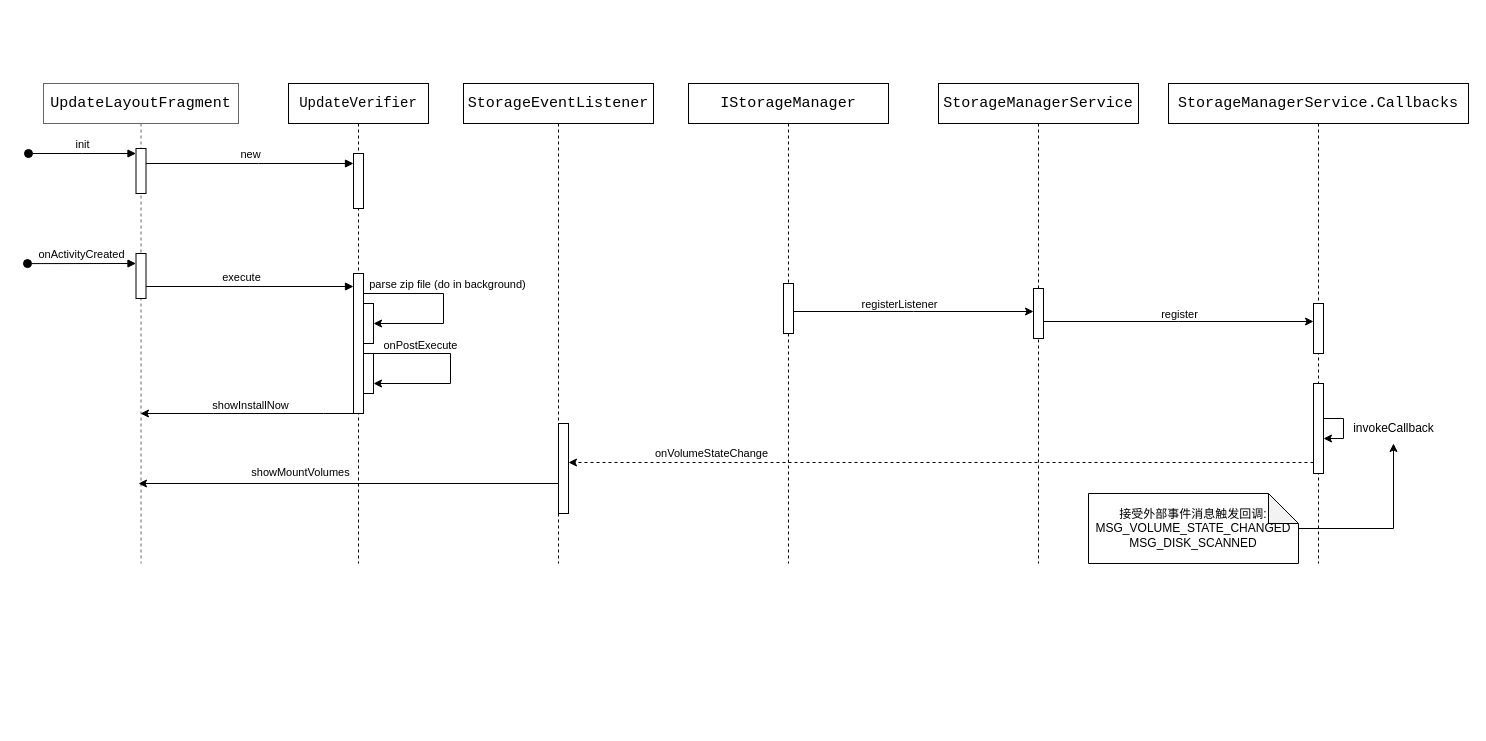
Above: oat_update_engine_app.drawio in lklklk2017/TestDemo (draw.io), before the change. Source tidied: cells renumbered, new cells numbered last; positions are measured from the earlier drawing's top-left corner, leaving out a move shared by most shapes. Both pictures are drawn from the tidied source at 100%, with x=0, y=0 at pixel (27, 83).
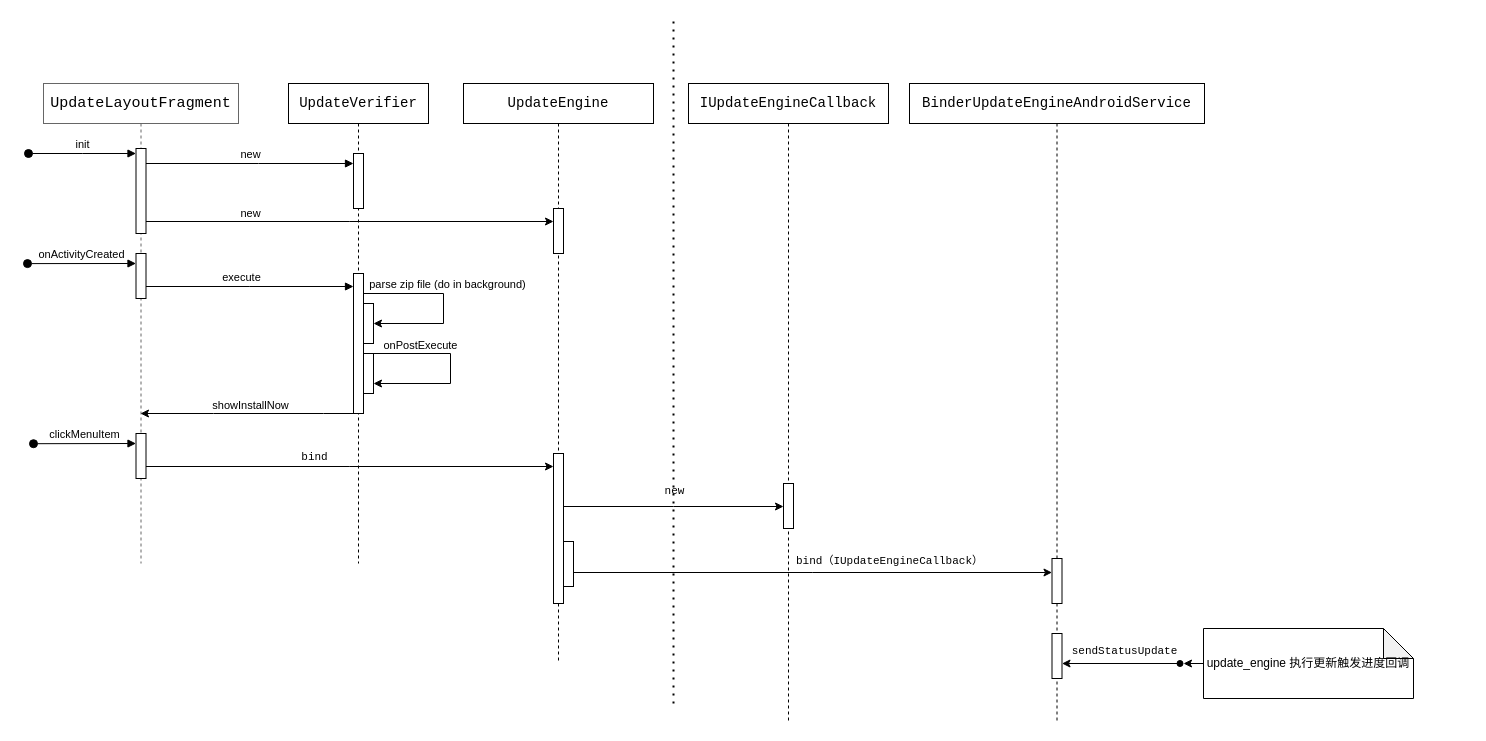
The same diagram, later.

The change refers to these unchanged cells:
```xml
<mxCell id="2" value="&lt;div style=&quot;font-family: &amp;quot;Source Code Pro&amp;quot;, monospace; font-size: 11.3pt;&quot;&gt;&lt;font style=&quot;&quot; color=&quot;#000000&quot;&gt;UpdateLayoutFragment&lt;/font&gt;&lt;/div&gt;" style="shape=umlLifeline;perimeter=lifelinePerimeter;whiteSpace=wrap;html=1;outlineConnect=0;portConstraint=eastwest;newEdgeStyle={&quot;edgeStyle&quot;:&quot;elbowEdgeStyle&quot;,&quot;elbow&quot;:&quot;vertical&quot;,&quot;curved&quot;:0,&quot;rounded&quot;:0};fillColor=default;fontColor=#333333;strokeColor=#666666;" parent="1" vertex="1">
  <mxGeometry x="16" width="195" height="480" as="geometry" />
</mxCell>
```

What changed in the source:
```diff
@@
     <mxCell id="3" style="html=1;points=[];perimeter=orthogonalPerimeter;outlineConnect=0;targetShapes=umlLifeline;portConstraint=eastwest;newEdgeStyle={&quot;edgeStyle&quot;:&quot;elbowEdgeStyle&quot;,&quot;elbow&quot;:&quot;vertical&quot;,&quot;curved&quot;:0,&quot;rounded&quot;:0};" parent="2" vertex="1">
-      <mxGeometry x="92.5" y="65" width="10" height="45" as="geometry" />
+      <mxGeometry x="92.5" y="65" width="10" height="85" as="geometry" />
     </mxCell>
@@
+    <mxCell id="43" style="html=1;points=[];perimeter=orthogonalPerimeter;outlineConnect=0;targetShapes=umlLifeline;portConstraint=eastwest;newEdgeStyle={&quot;edgeStyle&quot;:&quot;elbowEdgeStyle&quot;,&quot;elbow&quot;:&quot;vertical&quot;,&quot;curved&quot;:0,&quot;rounded&quot;:0};" parent="2" vertex="1">
+      <mxGeometry x="92.5" y="350" width="10" height="45" as="geometry" />
+    </mxCell>
-    <mxCell id="6" value="&lt;div style=&quot;font-family: &amp;quot;Source Code Pro&amp;quot;, monospace; font-size: 11.3pt;&quot;&gt;StorageEventListener&lt;br&gt;&lt;/div&gt;" style="shape=umlLifeline;perimeter=lifelinePerimeter;whiteSpace=wrap;html=1;newEdgeStyle={&quot;edgeStyle&quot;:&quot;elbowEdgeStyle&quot;,&quot;elbow&quot;:&quot;vertical&quot;,&quot;curved&quot;:0,&quot;rounded&quot;:0};" parent="1" vertex="1">
-      <mxGeometry x="436" width="190" height="480" as="geometry" />
+    <mxCell id="6" value="&lt;div style=&quot;font-family: &amp;quot;Source Code Pro&amp;quot;, monospace; font-size: 11.3pt;&quot;&gt;&lt;div style=&quot;font-size: 10.5pt;&quot;&gt;UpdateEngine&lt;/div&gt;&lt;/div&gt;" style="shape=umlLifeline;perimeter=lifelinePerimeter;whiteSpace=wrap;html=1;newEdgeStyle={&quot;edgeStyle&quot;:&quot;elbowEdgeStyle&quot;,&quot;elbow&quot;:&quot;vertical&quot;,&quot;curved&quot;:0,&quot;rounded&quot;:0};" parent="1" vertex="1">
+      <mxGeometry x="436" width="190" height="580" as="geometry" />
     </mxCell>
+    <mxCell id="44" style="html=1;points=[];perimeter=orthogonalPerimeter;outlineConnect=0;targetShapes=umlLifeline;portConstraint=eastwest;newEdgeStyle={&quot;edgeStyle&quot;:&quot;elbowEdgeStyle&quot;,&quot;elbow&quot;:&quot;vertical&quot;,&quot;curved&quot;:0,&quot;rounded&quot;:0};" parent="6" vertex="1">
+      <mxGeometry x="90" y="370" width="10" height="150" as="geometry" />
+    </mxCell>
+    <mxCell id="45" style="html=1;points=[];perimeter=orthogonalPerimeter;outlineConnect=0;targetShapes=umlLifeline;portConstraint=eastwest;newEdgeStyle={&quot;edgeStyle&quot;:&quot;elbowEdgeStyle&quot;,&quot;elbow&quot;:&quot;vertical&quot;,&quot;curved&quot;:0,&quot;rounded&quot;:0};" parent="6" vertex="1">
+      <mxGeometry x="90" y="125" width="10" height="45" as="geometry" />
+    </mxCell>
+    <mxCell id="46" style="html=1;points=[];perimeter=orthogonalPerimeter;outlineConnect=0;targetShapes=umlLifeline;portConstraint=eastwest;newEdgeStyle={&quot;edgeStyle&quot;:&quot;elbowEdgeStyle&quot;,&quot;elbow&quot;:&quot;vertical&quot;,&quot;curved&quot;:0,&quot;rounded&quot;:0};" parent="6" vertex="1">
+      <mxGeometry x="100" y="458" width="10" height="45" as="geometry" />
+    </mxCell>
@@
-    <mxCell id="8" value="&lt;div style=&quot;font-family: &amp;quot;Source Code Pro&amp;quot;, monospace; font-size: 11.3pt;&quot;&gt;&lt;div style=&quot;font-size: 11.3pt;&quot;&gt;IStorageManager&lt;/div&gt;&lt;/div&gt;" style="shape=umlLifeline;perimeter=lifelinePerimeter;whiteSpace=wrap;html=1;outlineConnect=0;portConstraint=eastwest;newEdgeStyle={&quot;edgeStyle&quot;:&quot;elbowEdgeStyle&quot;,&quot;elbow&quot;:&quot;vertical&quot;,&quot;curved&quot;:0,&quot;rounded&quot;:0};" parent="1" vertex="1">
-      <mxGeometry x="661" width="200" height="480" as="geometry" />
+    <mxCell id="8" value="&lt;div style=&quot;font-family: &amp;quot;Source Code Pro&amp;quot;, monospace; font-size: 11.3pt;&quot;&gt;&lt;div style=&quot;font-size: 11.3pt;&quot;&gt;&lt;div style=&quot;font-size: 10.5pt;&quot;&gt;IUpdateEngineCallback&lt;/div&gt;&lt;/div&gt;&lt;/div&gt;" style="shape=umlLifeline;perimeter=lifelinePerimeter;whiteSpace=wrap;html=1;outlineConnect=0;portConstraint=eastwest;newEdgeStyle={&quot;edgeStyle&quot;:&quot;elbowEdgeStyle&quot;,&quot;elbow&quot;:&quot;vertical&quot;,&quot;curved&quot;:0,&quot;rounded&quot;:0};" parent="1" vertex="1">
+      <mxGeometry x="661" width="200" height="640" as="geometry" />
     </mxCell>
-    <mxCell id="9" style="edgeStyle=elbowEdgeStyle;rounded=0;jettySize=auto;html=1;elbow=vertical;curved=0;" parent="8" edge="1" source="10" target="8">
-      <mxGeometry relative="1" as="geometry" />
+    <mxCell id="9" style="edgeStyle=elbowEdgeStyle;rounded=0;jettySize=auto;html=1;elbow=vertical;curved=0;" parent="8" edge="1" target="8">
+      <mxGeometry relative="1" as="geometry">
+        <mxPoint x="100" y="250" as="sourcePoint" />
+      </mxGeometry>
     </mxCell>
-    <mxCell id="10" style="html=1;points=[];perimeter=orthogonalPerimeter;outlineConnect=0;targetShapes=umlLifeline;portConstraint=eastwest;newEdgeStyle={&quot;edgeStyle&quot;:&quot;elbowEdgeStyle&quot;,&quot;elbow&quot;:&quot;vertical&quot;,&quot;curved&quot;:0,&quot;rounded&quot;:0};" parent="8" vertex="1">
-      <mxGeometry x="95" y="200" width="10" height="50" as="geometry" />
-    </mxCell>
+    <mxCell id="47" style="html=1;points=[];perimeter=orthogonalPerimeter;outlineConnect=0;targetShapes=umlLifeline;portConstraint=eastwest;newEdgeStyle={&quot;edgeStyle&quot;:&quot;elbowEdgeStyle&quot;,&quot;elbow&quot;:&quot;vertical&quot;,&quot;curved&quot;:0,&quot;rounded&quot;:0};" parent="8" vertex="1">
+      <mxGeometry x="95" y="400" width="10" height="45" as="geometry" />
+    </mxCell>
@@
-    <mxCell id="19" value="&lt;div style=&quot;font-family: &amp;quot;Source Code Pro&amp;quot;, monospace; font-size: 11.3pt;&quot;&gt;&lt;div style=&quot;font-size: 11.3pt;&quot;&gt;StorageManagerService&lt;/div&gt;&lt;/div&gt;" style="shape=umlLifeline;perimeter=lifelinePerimeter;whiteSpace=wrap;html=1;newEdgeStyle={&quot;edgeStyle&quot;:&quot;elbowEdgeStyle&quot;,&quot;elbow&quot;:&quot;vertical&quot;,&quot;curved&quot;:0,&quot;rounded&quot;:0};" parent="1" vertex="1">
-      <mxGeometry x="911" width="200" height="480" as="geometry" />
+    <mxCell id="19" value="&lt;div style=&quot;font-family: &amp;quot;Source Code Pro&amp;quot;, monospace; font-size: 11.3pt;&quot;&gt;&lt;div style=&quot;font-size: 11.3pt;&quot;&gt;&lt;div style=&quot;font-size: 10.5pt;&quot;&gt;BinderUpdateEngineAndroidService&lt;/div&gt;&lt;/div&gt;&lt;/div&gt;" style="shape=umlLifeline;perimeter=lifelinePerimeter;whiteSpace=wrap;html=1;newEdgeStyle={&quot;edgeStyle&quot;:&quot;elbowEdgeStyle&quot;,&quot;elbow&quot;:&quot;vertical&quot;,&quot;curved&quot;:0,&quot;rounded&quot;:0};" parent="1" vertex="1">
+      <mxGeometry x="882" width="295" height="640" as="geometry" />
     </mxCell>
-    <mxCell id="20" style="html=1;points=[];perimeter=orthogonalPerimeter;outlineConnect=0;targetShapes=umlLifeline;portConstraint=eastwest;newEdgeStyle={&quot;edgeStyle&quot;:&quot;elbowEdgeStyle&quot;,&quot;elbow&quot;:&quot;vertical&quot;,&quot;curved&quot;:0,&quot;rounded&quot;:0};" parent="19" vertex="1">
-      <mxGeometry x="95" y="205" width="10" height="50" as="geometry" />
-    </mxCell>
-    <mxCell id="21" style="edgeStyle=elbowEdgeStyle;rounded=0;jettySize=auto;html=1;elbow=vertical;curved=0;" parent="1" edge="1" source="10" target="20">
-      <mxGeometry relative="1" as="geometry" />
-    </mxCell>
-    <mxCell id="22" value="registerListener" style="edgeLabel;html=1;align=center;verticalAlign=middle;" parent="1" vertex="1">
-      <mxGeometry x="871" y="220" as="geometry" />
-    </mxCell>
-    <mxCell id="23" value="&lt;div style=&quot;font-family: &amp;quot;Source Code Pro&amp;quot;, monospace; font-size: 11.3pt;&quot;&gt;&lt;div style=&quot;font-size: 11.3pt;&quot;&gt;StorageManagerService.Callbacks&lt;/div&gt;&lt;/div&gt;" style="shape=umlLifeline;perimeter=lifelinePerimeter;whiteSpace=wrap;html=1;newEdgeStyle={&quot;edgeStyle&quot;:&quot;elbowEdgeStyle&quot;,&quot;elbow&quot;:&quot;vertical&quot;,&quot;curved&quot;:0,&quot;rounded&quot;:0};" parent="1" vertex="1">
-      <mxGeometry x="1141" width="300" height="480" as="geometry" />
-    </mxCell>
-    <mxCell id="24" style="html=1;points=[];perimeter=orthogonalPerimeter;outlineConnect=0;targetShapes=umlLifeline;portConstraint=eastwest;newEdgeStyle={&quot;edgeStyle&quot;:&quot;elbowEdgeStyle&quot;,&quot;elbow&quot;:&quot;vertical&quot;,&quot;curved&quot;:0,&quot;rounded&quot;:0};" parent="23" vertex="1">
-      <mxGeometry x="145" y="220" width="10" height="50" as="geometry" />
-    </mxCell>
-    <mxCell id="25" style="html=1;points=[];perimeter=orthogonalPerimeter;outlineConnect=0;targetShapes=umlLifeline;portConstraint=eastwest;newEdgeStyle={&quot;edgeStyle&quot;:&quot;elbowEdgeStyle&quot;,&quot;elbow&quot;:&quot;vertical&quot;,&quot;curved&quot;:0,&quot;rounded&quot;:0};" parent="23" vertex="1">
-      <mxGeometry x="145" y="300" width="10" height="90" as="geometry" />
-    </mxCell>
-    <mxCell id="26" style="edgeStyle=elbowEdgeStyle;rounded=0;orthogonalLoop=1;jettySize=auto;html=1;elbow=vertical;curved=0;" parent="23" edge="1" source="25" target="25">
-      <mxGeometry relative="1" as="geometry" />
-    </mxCell>
-    <mxCell id="27" style="edgeStyle=elbowEdgeStyle;rounded=0;jettySize=auto;html=1;elbow=vertical;curved=0;" parent="1" edge="1" source="20" target="24">
-      <mxGeometry relative="1" as="geometry" />
-    </mxCell>
-    <mxCell id="28" value="register" style="edgeLabel;html=1;align=center;verticalAlign=middle;" parent="1" vertex="1">
-      <mxGeometry x="1151" y="230" as="geometry" />
-    </mxCell>
-    <mxCell id="29" value="invokeCallback" style="text;html=1;align=center;verticalAlign=middle;points=[];strokeColor=none;fillColor=none;" parent="1" vertex="1">
-      <mxGeometry x="1316" y="330" width="100" height="30" as="geometry" />
-    </mxCell>
-    <mxCell id="30" style="edgeStyle=orthogonalEdgeStyle;rounded=0;jettySize=auto;html=1;" parent="1" edge="1" source="31" target="29">
-      <mxGeometry relative="1" as="geometry" />
-    </mxCell>
+    <mxCell id="48" style="html=1;points=[];perimeter=orthogonalPerimeter;outlineConnect=0;targetShapes=umlLifeline;portConstraint=eastwest;newEdgeStyle={&quot;edgeStyle&quot;:&quot;elbowEdgeStyle&quot;,&quot;elbow&quot;:&quot;vertical&quot;,&quot;curved&quot;:0,&quot;rounded&quot;:0};" parent="19" vertex="1">
+      <mxGeometry x="142.5" y="475" width="10" height="45" as="geometry" />
+    </mxCell>
+    <mxCell id="49" style="html=1;points=[];perimeter=orthogonalPerimeter;outlineConnect=0;targetShapes=umlLifeline;portConstraint=eastwest;newEdgeStyle={&quot;edgeStyle&quot;:&quot;elbowEdgeStyle&quot;,&quot;elbow&quot;:&quot;vertical&quot;,&quot;curved&quot;:0,&quot;rounded&quot;:0};" parent="19" vertex="1">
+      <mxGeometry x="142.5" y="550" width="10" height="45" as="geometry" />
+    </mxCell>
+    <mxCell id="50" style="edgeStyle=orthogonalEdgeStyle;rounded=0;jettySize=auto;html=1;" parent="1" edge="1" source="31">
+      <mxGeometry relative="1" as="geometry">
+        <mxPoint x="1156" y="580" as="targetPoint" />
+      </mxGeometry>
+    </mxCell>
-    <mxCell id="31" value="接受外部事件消息触发回调:&lt;br&gt;MSG_VOLUME_STATE_CHANGED&lt;br&gt;MSG_DISK_SCANNED" style="shape=note;whiteSpace=wrap;html=1;backgroundOutline=1;darkOpacity=0.05;" parent="1" vertex="1">
-      <mxGeometry x="1061" y="410" width="210" height="70" as="geometry" />
+    <mxCell id="31" value="update_engine 执行更新触发进度回调" style="shape=note;whiteSpace=wrap;html=1;backgroundOutline=1;darkOpacity=0.05;" parent="1" vertex="1">
+      <mxGeometry x="1176" y="545" width="210" height="70" as="geometry" />
     </mxCell>
-    <mxCell id="32" style="edgeStyle=elbowEdgeStyle;rounded=0;jettySize=auto;html=1;elbow=vertical;curved=0;" parent="1" edge="1" source="33">
-      <mxGeometry relative="1" as="geometry">
-        <mxPoint x="111" y="399.8" as="targetPoint" />
-      </mxGeometry>
-    </mxCell>
-    <mxCell id="33" style="html=1;points=[];perimeter=orthogonalPerimeter;outlineConnect=0;targetShapes=umlLifeline;portConstraint=eastwest;newEdgeStyle={&quot;edgeStyle&quot;:&quot;elbowEdgeStyle&quot;,&quot;elbow&quot;:&quot;vertical&quot;,&quot;curved&quot;:0,&quot;rounded&quot;:0};" parent="1" vertex="1">
-      <mxGeometry x="531" y="340" width="10" height="90" as="geometry" />
-    </mxCell>
-    <mxCell id="34" style="edgeStyle=elbowEdgeStyle;rounded=0;orthogonalLoop=1;jettySize=auto;html=1;elbow=vertical;curved=0;dashed=1;" parent="1" edge="1">
-      <mxGeometry relative="1" as="geometry">
-        <mxPoint x="1286" y="379" as="sourcePoint" />
-        <mxPoint x="541" y="379" as="targetPoint" />
-      </mxGeometry>
-    </mxCell>
-    <mxCell id="35" value="showMountVolumes" style="edgeLabel;html=1;align=center;verticalAlign=middle;" parent="1" vertex="1">
-      <mxGeometry x="277" y="373" as="geometry">
-        <mxPoint x="-5" y="15" as="offset" />
-      </mxGeometry>
-    </mxCell>
-    <mxCell id="36" value="onVolumeStateChange" style="edgeLabel;html=1;align=center;verticalAlign=middle;" parent="1" vertex="1">
-      <mxGeometry x="688" y="354" as="geometry">
-        <mxPoint x="-5" y="15" as="offset" />
-      </mxGeometry>
-    </mxCell>
@@
+    <mxCell id="51" value="clickMenuItem" style="html=1;verticalAlign=bottom;startArrow=oval;endArrow=block;startSize=8;edgeStyle=elbowEdgeStyle;elbow=vertical;curved=0;rounded=0;" parent="1" edge="1" target="43">
+      <mxGeometry relative="1" as="geometry">
+        <mxPoint x="6" y="360.2" as="sourcePoint" />
+      </mxGeometry>
+    </mxCell>
+    <mxCell id="52" style="edgeStyle=elbowEdgeStyle;rounded=0;jettySize=auto;html=1;elbow=vertical;curved=0;" parent="1" edge="1" source="43" target="44">
+      <mxGeometry relative="1" as="geometry" />
+    </mxCell>
+    <mxCell id="53" value="&lt;div style=&quot;font-family: &amp;quot;Source Code Pro&amp;quot;, monospace;&quot;&gt;&lt;font style=&quot;font-size: 11px;&quot;&gt;bind&lt;/font&gt;&lt;/div&gt;" style="edgeLabel;html=1;align=center;verticalAlign=middle;" parent="1" vertex="1">
+      <mxGeometry x="286" y="366" as="geometry">
+        <mxPoint y="7" as="offset" />
+      </mxGeometry>
+    </mxCell>
+    <mxCell id="54" style="edgeStyle=elbowEdgeStyle;rounded=0;jettySize=auto;html=1;elbow=vertical;curved=0;" parent="1" edge="1" source="3" target="45">
+      <mxGeometry relative="1" as="geometry" />
+    </mxCell>
+    <mxCell id="55" value="new" style="edgeLabel;html=1;align=center;verticalAlign=middle;" parent="1" vertex="1">
+      <mxGeometry x="220" y="205.6" as="geometry">
+        <mxPoint x="2" y="-76" as="offset" />
+      </mxGeometry>
+    </mxCell>
+    <mxCell id="56" style="edgeStyle=elbowEdgeStyle;rounded=0;jettySize=auto;html=1;elbow=vertical;curved=0;" parent="1" edge="1" source="44" target="47">
+      <mxGeometry relative="1" as="geometry" />
+    </mxCell>
+    <mxCell id="57" value="&lt;div style=&quot;font-family: &amp;quot;Source Code Pro&amp;quot;, monospace;&quot;&gt;&lt;font style=&quot;font-size: 11px;&quot;&gt;new&lt;/font&gt;&lt;/div&gt;" style="edgeLabel;html=1;align=center;verticalAlign=middle;" parent="1" vertex="1">
+      <mxGeometry x="646" y="400" as="geometry">
+        <mxPoint y="7" as="offset" />
+      </mxGeometry>
+    </mxCell>
+    <mxCell id="58" style="edgeStyle=elbowEdgeStyle;rounded=0;jettySize=auto;html=1;elbow=vertical;curved=0;" parent="1" edge="1" source="46" target="48">
+      <mxGeometry relative="1" as="geometry" />
+    </mxCell>
+    <mxCell id="59" style="endArrow=none;dashed=1;html=1;dashPattern=1 3;strokeWidth=2;rounded=0;" parent="1" edge="1">
+      <mxGeometry relative="1" as="geometry">
+        <mxPoint x="646" y="620" as="sourcePoint" />
+        <mxPoint x="646" y="-65" as="targetPoint" />
+      </mxGeometry>
+    </mxCell>
+    <mxCell id="60" value="&lt;div style=&quot;font-family: &amp;quot;Source Code Pro&amp;quot;, monospace;&quot;&gt;bind（IUpdateEngineCallback）&lt;/div&gt;" style="edgeLabel;html=1;align=center;verticalAlign=middle;" parent="1" vertex="1">
+      <mxGeometry x="861" y="470" as="geometry">
+        <mxPoint y="7" as="offset" />
+      </mxGeometry>
+    </mxCell>
+    <mxCell id="61" style="endArrow=classic;html=1;rounded=0;shadow=0;startArrow=oval;startFill=1;" parent="1" edge="1" target="49">
+      <mxGeometry relative="1" as="geometry">
+        <mxPoint x="1152.5" y="580" as="sourcePoint" />
+        <Array as="points">
+          <mxPoint x="1152.5" y="580" />
+          <mxPoint x="1122.5" y="580" />
+        </Array>
+      </mxGeometry>
+    </mxCell>
+    <mxCell id="62" value="&lt;div style=&quot;font-family: &amp;quot;Source Code Pro&amp;quot;, monospace;&quot;&gt;sendStatusUpdate&lt;/div&gt;" style="edgeLabel;html=1;align=center;verticalAlign=middle;" parent="1" vertex="1">
+      <mxGeometry x="1096" y="560" as="geometry">
+        <mxPoint y="7" as="offset" />
+      </mxGeometry>
+    </mxCell>
```
